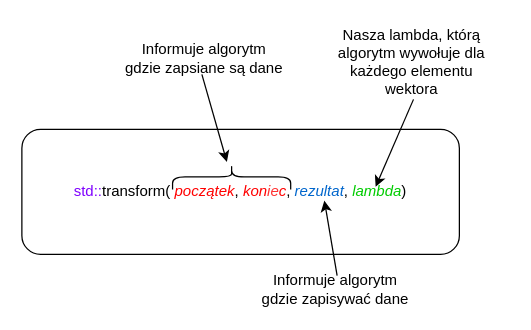
Above: page "Strona-2" (2 of 3) of static/img/tutorials/course/intermediate/lambdas/Lambdas_pl.drawio in Cpp4You/CppLangNet (draw.io), before the change. Source tidied: cells renumbered, new cells numbered last; positions are measured from the earlier drawing's top-left corner, leaving out a move shared by most shapes. Both pictures are drawn from the tidied source at 125%, with x=0, y=0 at pixel (21, 39).
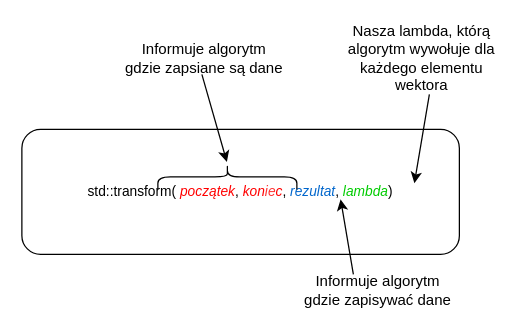
After the change.

Diff of the diagram source:
```diff
@@
 <mxGraphModel>
   <root>
     <mxCell id="0" />
     <mxCell id="1" parent="0" />
-    <mxCell id="2" value="&lt;font color=&quot;#7f00ff&quot;&gt;std::&lt;/font&gt;transform( &lt;i&gt;&lt;font color=&quot;#ff0000&quot;&gt;początek&lt;/font&gt;&lt;/i&gt;, &lt;i&gt;&lt;font color=&quot;#ff0000&quot;&gt;kon&lt;/font&gt;&lt;font color=&quot;#ff3333&quot;&gt;ie&lt;/font&gt;&lt;font color=&quot;#ff0000&quot;&gt;c&lt;/font&gt;&lt;/i&gt;, &lt;i&gt;&lt;font color=&quot;#0066cc&quot;&gt;rezultat&lt;/font&gt;&lt;/i&gt;, &lt;i&gt;&lt;font color=&quot;#00cc00&quot;&gt;lambda&lt;/font&gt;&lt;/i&gt;)" style="rounded=1;whiteSpace=wrap;html=1;" parent="1" vertex="1">
+    <mxCell id="2" value="&lt;font face=&quot;Jetbrains Mono&quot; style=&quot;font-size: 11px&quot;&gt;&lt;font style=&quot;font-size: 11px&quot;&gt;std::&lt;/font&gt;transform( &lt;i&gt;&lt;font color=&quot;#ff0000&quot; style=&quot;font-size: 11px&quot;&gt;początek&lt;/font&gt;&lt;/i&gt;, &lt;i&gt;&lt;font color=&quot;#ff0000&quot; style=&quot;font-size: 11px&quot;&gt;kon&lt;/font&gt;&lt;font color=&quot;#ff3333&quot; style=&quot;font-size: 11px&quot;&gt;ie&lt;/font&gt;&lt;font color=&quot;#ff0000&quot; style=&quot;font-size: 11px&quot;&gt;c&lt;/font&gt;&lt;/i&gt;, &lt;i&gt;&lt;font color=&quot;#0066cc&quot; style=&quot;font-size: 11px&quot;&gt;rezultat&lt;/font&gt;&lt;/i&gt;, &lt;i&gt;&lt;font color=&quot;#00cc00&quot; style=&quot;font-size: 11px&quot;&gt;lambda&lt;/font&gt;&lt;/i&gt;)&lt;/font&gt;" style="rounded=1;whiteSpace=wrap;html=1;" parent="1" vertex="1">
       <mxGeometry y="72" width="350" height="100" as="geometry" />
     </mxCell>
     <mxCell id="3" style="curved=1;endArrow=classic;html=1;rounded=0;fontColor=#FF3333;" parent="1" edge="1">
       <mxGeometry relative="1" as="geometry">
-        <mxPoint x="252.2" y="189" as="sourcePoint" />
-        <mxPoint x="242" y="129" as="targetPoint" />
+        <mxPoint x="265.2" y="188" as="sourcePoint" />
+        <mxPoint x="255" y="128" as="targetPoint" />
       </mxGeometry>
     </mxCell>
     <mxCell id="4" style="shape=curlyBracket;whiteSpace=wrap;html=1;rounded=1;fontColor=#FF3333;rotation=90;" parent="1" vertex="1">
-      <mxGeometry x="157.8" y="62.8" width="20" height="94.5" as="geometry" />
+      <mxGeometry x="154.4" y="54.4" width="20" height="111.2" as="geometry" />
     </mxCell>
     <mxCell id="5" style="curved=1;endArrow=classic;html=1;rounded=0;fontColor=#FF3333;" parent="1" edge="1">
       <mxGeometry relative="1" as="geometry">
         <mxPoint x="144" y="28" as="sourcePoint" />
         <mxPoint x="164" y="98" as="targetPoint" />
       </mxGeometry>
     </mxCell>
     <mxCell id="6" style="curved=1;endArrow=classic;html=1;rounded=0;" parent="1" edge="1">
       <mxGeometry relative="1" as="geometry">
-        <mxPoint x="313.3" y="48" as="sourcePoint" />
-        <mxPoint x="283" y="118" as="targetPoint" />
+        <mxPoint x="326" y="44" as="sourcePoint" />
+        <mxPoint x="314" y="115" as="targetPoint" />
       </mxGeometry>
     </mxCell>
     <mxCell id="7" value="Informuje algorytm gdzie zapsiane są dane" style="text;html=1;strokeColor=none;fillColor=none;align=center;verticalAlign=middle;whiteSpace=wrap;rounded=0;" parent="1" vertex="1">
       <mxGeometry x="81" width="130" height="30" as="geometry" />
     </mxCell>
     <mxCell id="8" value="Nasza lambda, którą algorytm wywołuje dla każdego elementu wektora" style="text;html=1;strokeColor=none;fillColor=none;align=center;verticalAlign=middle;whiteSpace=wrap;rounded=0;" parent="1" vertex="1">
-      <mxGeometry x="242" y="3" width="140" height="30" as="geometry" />
+      <mxGeometry x="250" width="140" height="30" as="geometry" />
     </mxCell>
     <mxCell id="9" value="Informuje algorytm gdzie zapisywać dane" style="text;html=1;strokeColor=none;fillColor=none;align=center;verticalAlign=middle;whiteSpace=wrap;rounded=0;" parent="1" vertex="1">
-      <mxGeometry x="186" y="185" width="130" height="30" as="geometry" />
+      <mxGeometry x="220" y="186" width="130" height="30" as="geometry" />
     </mxCell>
   </root>
 </mxGraphModel>
```
